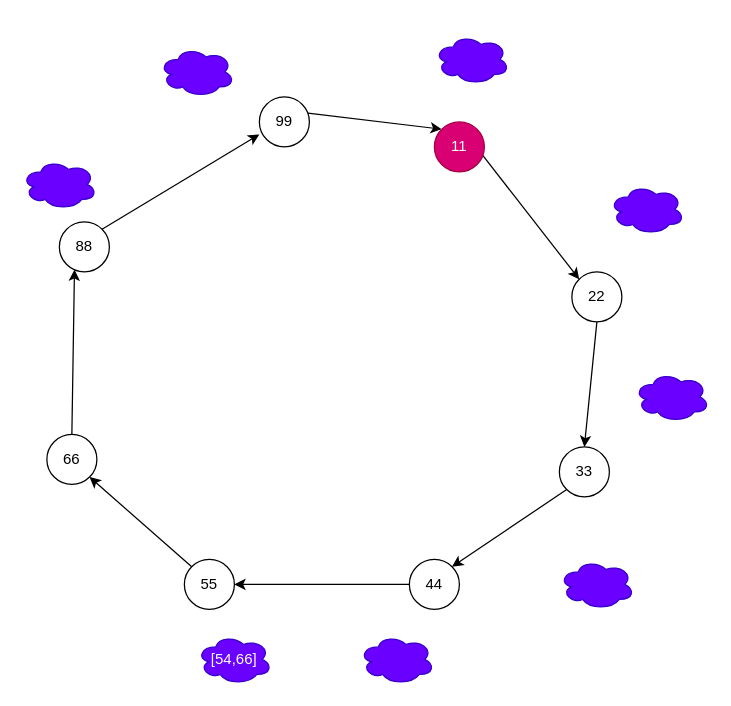
AliochaAMERGE/AR_project_2021 keeps this draw.io diagram as utilities/draw.drawio. Above is the earlier version. Source tidied: cells renumbered, new cells numbered last; positions are measured from the earlier drawing's top-left corner, leaving out a move shared by most shapes. Both pictures are drawn from the tidied source at 125%, with x=0, y=0 at pixel (21, 34).
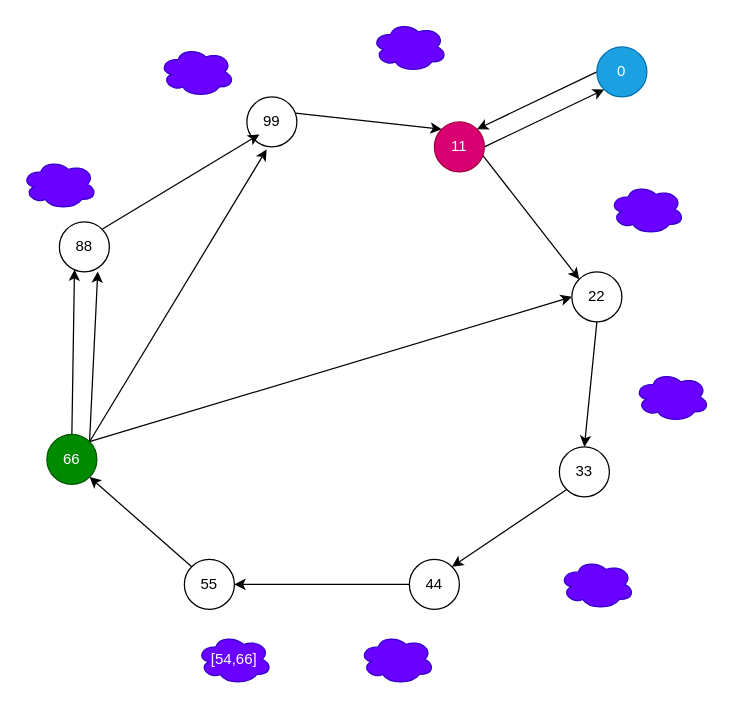
After the change.

The change refers to these unchanged cells:
```xml
<mxCell id="5" value="88" style="ellipse;whiteSpace=wrap;html=1;" parent="1" vertex="1">
  <mxGeometry x="30" y="150" width="40" height="40" as="geometry" />
</mxCell>
<mxCell id="15" value="22" style="ellipse;whiteSpace=wrap;html=1;" parent="1" vertex="1">
  <mxGeometry x="440" y="190" width="40" height="40" as="geometry" />
</mxCell>
<mxCell id="17" value="11" style="ellipse;whiteSpace=wrap;html=1;fillColor=#d80073;strokeColor=#A50040;fontColor=#ffffff;" parent="1" vertex="1">
  <mxGeometry x="330" y="70" width="40" height="40" as="geometry" />
</mxCell>
```

Diff of the diagram source:
```diff
@@
     <mxCell id="3" value="99" style="ellipse;whiteSpace=wrap;html=1;" parent="1" vertex="1">
-      <mxGeometry x="190" y="50" width="40" height="40" as="geometry" />
+      <mxGeometry x="180" y="50" width="40" height="40" as="geometry" />
     </mxCell>
@@
+    <mxCell id="26" style="edgeStyle=none;rounded=0;jettySize=auto;html=1;exitX=1;exitY=0;exitDx=0;exitDy=0;entryX=0;entryY=0.5;entryDx=0;entryDy=0;" parent="1" edge="1" source="7" target="15">
+      <mxGeometry relative="1" as="geometry" />
+    </mxCell>
+    <mxCell id="27" style="edgeStyle=none;rounded=0;jettySize=auto;html=1;exitX=1;exitY=0;exitDx=0;exitDy=0;entryX=0.396;entryY=1.05;entryDx=0;entryDy=0;entryPerimeter=0;" parent="1" edge="1" source="7" target="3">
+      <mxGeometry relative="1" as="geometry" />
+    </mxCell>
+    <mxCell id="28" style="edgeStyle=none;rounded=0;jettySize=auto;html=1;exitX=1;exitY=0;exitDx=0;exitDy=0;entryX=0.768;entryY=0.993;entryDx=0;entryDy=0;entryPerimeter=0;" parent="1" edge="1" source="7" target="5">
+      <mxGeometry relative="1" as="geometry" />
+    </mxCell>
-    <mxCell id="7" value="66" style="ellipse;whiteSpace=wrap;html=1;" parent="1" vertex="1">
+    <mxCell id="7" value="66" style="ellipse;whiteSpace=wrap;html=1;fillColor=#008a00;strokeColor=#005700;fontColor=#ffffff;" parent="1" vertex="1">
       <mxGeometry x="20" y="320" width="40" height="40" as="geometry" />
     </mxCell>
@@
+    <mxCell id="29" style="edgeStyle=none;rounded=0;jettySize=auto;html=1;exitX=1;exitY=0.5;exitDx=0;exitDy=0;entryX=0;entryY=1;entryDx=0;entryDy=0;" parent="1" edge="1" source="17" target="31">
+      <mxGeometry relative="1" as="geometry" />
+    </mxCell>
@@
     <mxCell id="20" style="ellipse;shape=cloud;whiteSpace=wrap;html=1;fillColor=#6a00ff;strokeColor=#3700CC;fontColor=#ffffff;" parent="1" vertex="1">
-      <mxGeometry x="330" width="60" height="40" as="geometry" />
+      <mxGeometry x="280" y="-10" width="60" height="40" as="geometry" />
     </mxCell>
@@
+    <mxCell id="30" style="rounded=0;jettySize=auto;html=1;exitX=0;exitY=0.5;exitDx=0;exitDy=0;entryX=1;entryY=0;entryDx=0;entryDy=0;" parent="1" edge="1" source="31" target="17">
+      <mxGeometry relative="1" as="geometry" />
+    </mxCell>
+    <mxCell id="31" value="0" style="ellipse;whiteSpace=wrap;html=1;fillColor=#1ba1e2;strokeColor=#006EAF;fontColor=#ffffff;" parent="1" vertex="1">
+      <mxGeometry x="460" y="10" width="40" height="40" as="geometry" />
+    </mxCell>
```
